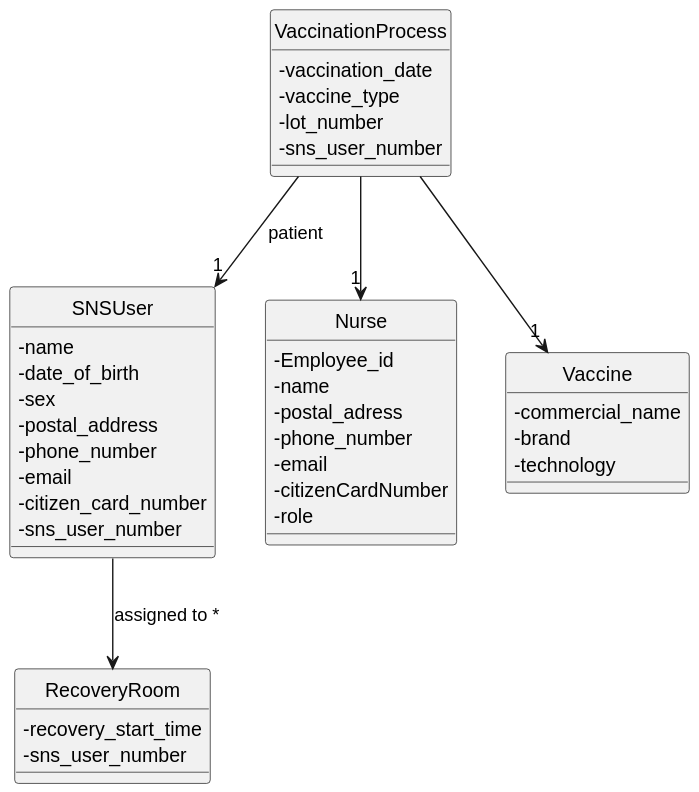
Before: docs/system-documentation/US41/svg/US41-MD.svg, a diagram exported from PlantUML (Parafita123/leti-esoft-25-26-B1).
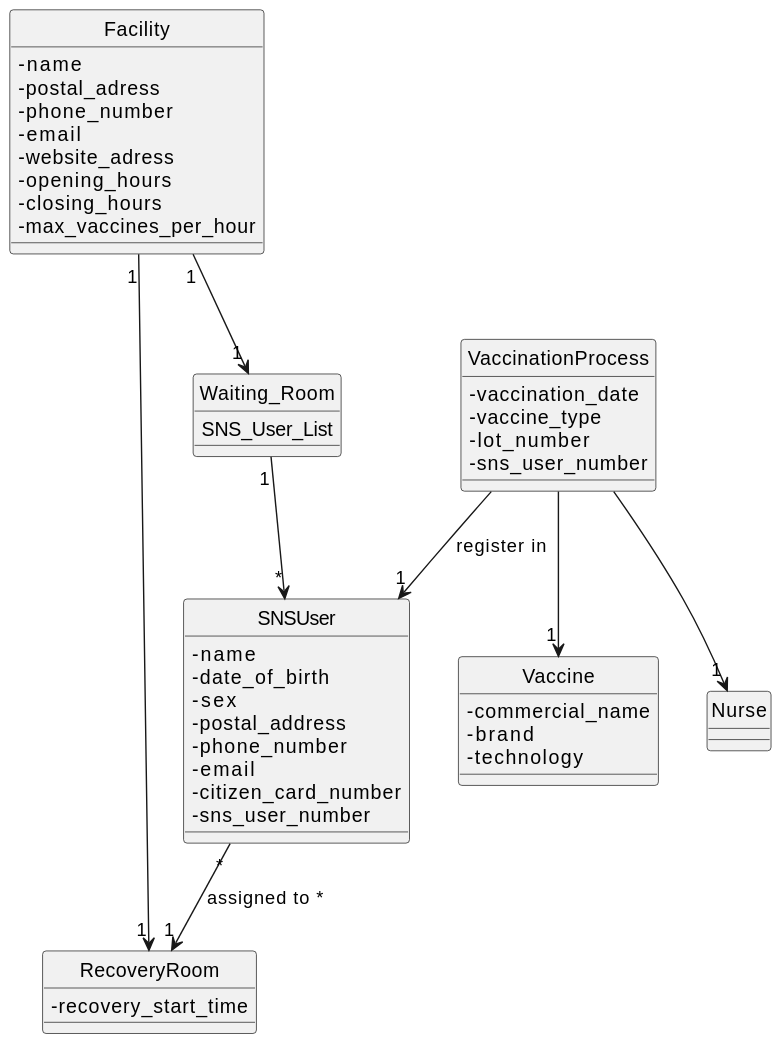
The same file after the commit.

Change to the diagram source:
```diff
@@ -15,20 +15,26 @@
 
 
 class Nurse {
-    - Employee_id
-    - name
-    - postal_adress
-    - phone_number
-    - email
-    -citizenCardNumber
-    - role
+
 }
-
-
+class Facility {
+       - name
+       - postal_adress
+       - phone_number
+       - email
+       - website_adress
+       - opening_hours
+       - closing_hours
+       - max_vaccines_per_hour
+   }
 class Vaccine {
     - commercial_name
     - brand
     - technology
+}
+
+class Waiting_Room{
+SNS_User_List
 }
 
 class VaccinationProcess {
@@ -40,11 +46,13 @@
 
 class RecoveryRoom {
     - recovery_start_time
-    - sns_user_number
 }
 
-VaccinationProcess --> "1" SNSUser : patient
+VaccinationProcess --> "1" SNSUser : register in
 VaccinationProcess --> "1" Vaccine
 VaccinationProcess --> "1" Nurse
-SNSUser --> RecoveryRoom : assigned to *
+SNSUser "*" --> "1" RecoveryRoom : assigned to *
+Facility "1" --> "1" RecoveryRoom
+Facility "1" --> "1" Waiting_Room
+Waiting_Room "1" --> "*" SNSUser
 @enduml
```
